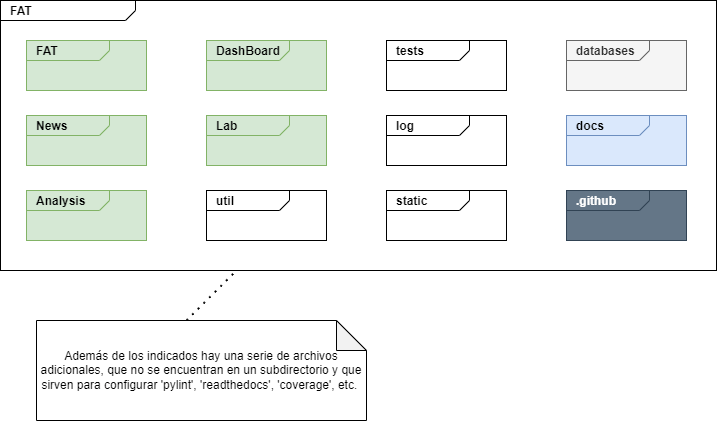
This is docs/latex/img/img_anex_10_diagrama_paquetes_1.png from rmt0009alu/FAT, a draw.io export, as it was before one commit. Source tidied: cells renumbered, new cells last; positions are measured from the earlier drawing's top-left corner, leaving out a move shared by most shapes.
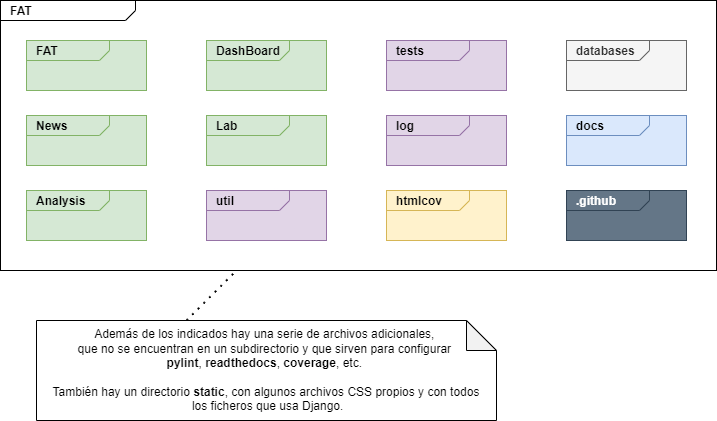
After the change.

Change to the diagram source:
```diff
@@ -14,7 +14,7 @@
     <mxCell id="5" value="&lt;p style=&quot;margin:0px;margin-top:4px;margin-left:10px;text-align:left;&quot;&gt;&lt;b&gt;Lab&lt;/b&gt;&lt;/p&gt;" style="html=1;shape=mxgraph.sysml.package;align=left;spacingLeft=5;verticalAlign=top;spacingTop=-3;labelX=83;html=1;overflow=fill;fillColor=#d5e8d4;strokeColor=#82b366;" parent="1" vertex="1">
       <mxGeometry x="206" y="115" width="120" height="50" as="geometry" />
     </mxCell>
-    <mxCell id="6" value="&lt;p style=&quot;margin:0px;margin-top:4px;margin-left:10px;text-align:left;&quot;&gt;&lt;b&gt;util&lt;/b&gt;&lt;/p&gt;" style="html=1;shape=mxgraph.sysml.package;align=left;spacingLeft=5;verticalAlign=top;spacingTop=-3;labelX=83;html=1;overflow=fill;" parent="1" vertex="1">
+    <mxCell id="6" value="&lt;p style=&quot;margin:0px;margin-top:4px;margin-left:10px;text-align:left;&quot;&gt;&lt;b&gt;util&lt;/b&gt;&lt;/p&gt;" style="html=1;shape=mxgraph.sysml.package;align=left;spacingLeft=5;verticalAlign=top;spacingTop=-3;labelX=83;html=1;overflow=fill;fillColor=#e1d5e7;strokeColor=#9673a6;" parent="1" vertex="1">
       <mxGeometry x="206" y="190" width="120" height="50" as="geometry" />
     </mxCell>
     <mxCell id="7" value="&lt;p style=&quot;margin:0px;margin-top:4px;margin-left:10px;text-align:left;&quot;&gt;&lt;b&gt;FAT&lt;/b&gt;&lt;/p&gt;" style="html=1;shape=mxgraph.sysml.package;align=left;spacingLeft=5;verticalAlign=top;spacingTop=-3;labelX=83;html=1;overflow=fill;fillColor=#d5e8d4;strokeColor=#82b366;" parent="1" vertex="1">
@@ -23,13 +23,13 @@
     <mxCell id="8" value="&lt;p style=&quot;margin:0px;margin-top:4px;margin-left:10px;text-align:left;&quot;&gt;&lt;b&gt;News&lt;/b&gt;&lt;/p&gt;" style="html=1;shape=mxgraph.sysml.package;align=left;spacingLeft=5;verticalAlign=top;spacingTop=-3;labelX=83;html=1;overflow=fill;fillColor=#d5e8d4;strokeColor=#82b366;" parent="1" vertex="1">
       <mxGeometry x="26" y="115" width="120" height="50" as="geometry" />
     </mxCell>
-    <mxCell id="9" value="&lt;p style=&quot;margin:0px;margin-top:4px;margin-left:10px;text-align:left;&quot;&gt;&lt;b&gt;tests&lt;/b&gt;&lt;/p&gt;" style="html=1;shape=mxgraph.sysml.package;align=left;spacingLeft=5;verticalAlign=top;spacingTop=-3;labelX=83;html=1;overflow=fill;" parent="1" vertex="1">
+    <mxCell id="9" value="&lt;p style=&quot;margin:0px;margin-top:4px;margin-left:10px;text-align:left;&quot;&gt;&lt;b&gt;tests&lt;/b&gt;&lt;/p&gt;" style="html=1;shape=mxgraph.sysml.package;align=left;spacingLeft=5;verticalAlign=top;spacingTop=-3;labelX=83;html=1;overflow=fill;fillColor=#e1d5e7;strokeColor=#9673a6;" parent="1" vertex="1">
       <mxGeometry x="386" y="40" width="120" height="50" as="geometry" />
     </mxCell>
-    <mxCell id="10" value="&lt;p style=&quot;margin:0px;margin-top:4px;margin-left:10px;text-align:left;&quot;&gt;&lt;b&gt;log&lt;/b&gt;&lt;/p&gt;" style="html=1;shape=mxgraph.sysml.package;align=left;spacingLeft=5;verticalAlign=top;spacingTop=-3;labelX=83;html=1;overflow=fill;" parent="1" vertex="1">
+    <mxCell id="10" value="&lt;p style=&quot;margin:0px;margin-top:4px;margin-left:10px;text-align:left;&quot;&gt;&lt;b&gt;log&lt;/b&gt;&lt;/p&gt;" style="html=1;shape=mxgraph.sysml.package;align=left;spacingLeft=5;verticalAlign=top;spacingTop=-3;labelX=83;html=1;overflow=fill;fillColor=#e1d5e7;strokeColor=#9673a6;" parent="1" vertex="1">
       <mxGeometry x="386" y="115" width="120" height="50" as="geometry" />
     </mxCell>
-    <mxCell id="11" value="&lt;p style=&quot;margin:0px;margin-top:4px;margin-left:10px;text-align:left;&quot;&gt;&lt;b&gt;static&lt;/b&gt;&lt;/p&gt;" style="html=1;shape=mxgraph.sysml.package;align=left;spacingLeft=5;verticalAlign=top;spacingTop=-3;labelX=83;html=1;overflow=fill;" parent="1" vertex="1">
+    <mxCell id="11" value="&lt;p style=&quot;margin:0px;margin-top:4px;margin-left:10px;text-align:left;&quot;&gt;&lt;b&gt;htmlcov&lt;/b&gt;&lt;/p&gt;" style="html=1;shape=mxgraph.sysml.package;align=left;spacingLeft=5;verticalAlign=top;spacingTop=-3;labelX=83;html=1;overflow=fill;fillColor=#fff2cc;strokeColor=#d6b656;" parent="1" vertex="1">
       <mxGeometry x="386" y="190" width="120" height="50" as="geometry" />
     </mxCell>
     <mxCell id="12" value="&lt;p style=&quot;margin:0px;margin-top:4px;margin-left:10px;text-align:left;&quot;&gt;&lt;b&gt;databases&lt;/b&gt;&lt;/p&gt;" style="html=1;shape=mxgraph.sysml.package;align=left;spacingLeft=5;verticalAlign=top;spacingTop=-3;labelX=83;html=1;overflow=fill;fillColor=#f5f5f5;fontColor=#333333;strokeColor=#666666;" parent="1" vertex="1">
@@ -47,8 +47,8 @@
         <mxPoint x="236" y="270" as="targetPoint" />
       </mxGeometry>
     </mxCell>
-    <mxCell id="16" value="Además de los indicados hay una serie de archivos adicionales, que no se encuentran en un subdirectorio y que sirven para configurar 'pylint', 'readthedocs', 'coverage', etc.&amp;nbsp;" style="shape=note;whiteSpace=wrap;html=1;backgroundOutline=1;darkOpacity=0.05;" parent="1" vertex="1">
-      <mxGeometry x="36" y="320" width="330" height="100" as="geometry" />
+    <mxCell id="16" value="Además de los indicados hay una serie de archivos adicionales,&amp;nbsp;&lt;div&gt;que no se encuentran en un subdirectorio y que sirven para configurar&amp;nbsp;&lt;/div&gt;&lt;div&gt;&lt;b&gt;pylint&lt;/b&gt;, &lt;b&gt;readthedocs&lt;/b&gt;, &lt;b&gt;coverage&lt;/b&gt;, etc.&amp;nbsp;&lt;div&gt;&lt;br&gt;&lt;/div&gt;&lt;div&gt;También hay un directorio &lt;b&gt;static&lt;/b&gt;, con algunos archivos CSS propios y con todos&lt;/div&gt;&lt;div&gt;&amp;nbsp;los ficheros que usa Django.&lt;/div&gt;&lt;/div&gt;" style="shape=note;whiteSpace=wrap;html=1;backgroundOutline=1;darkOpacity=0.05;" parent="1" vertex="1">
+      <mxGeometry x="36" y="320" width="460" height="100" as="geometry" />
     </mxCell>
   </root>
 </mxGraphModel>
```
